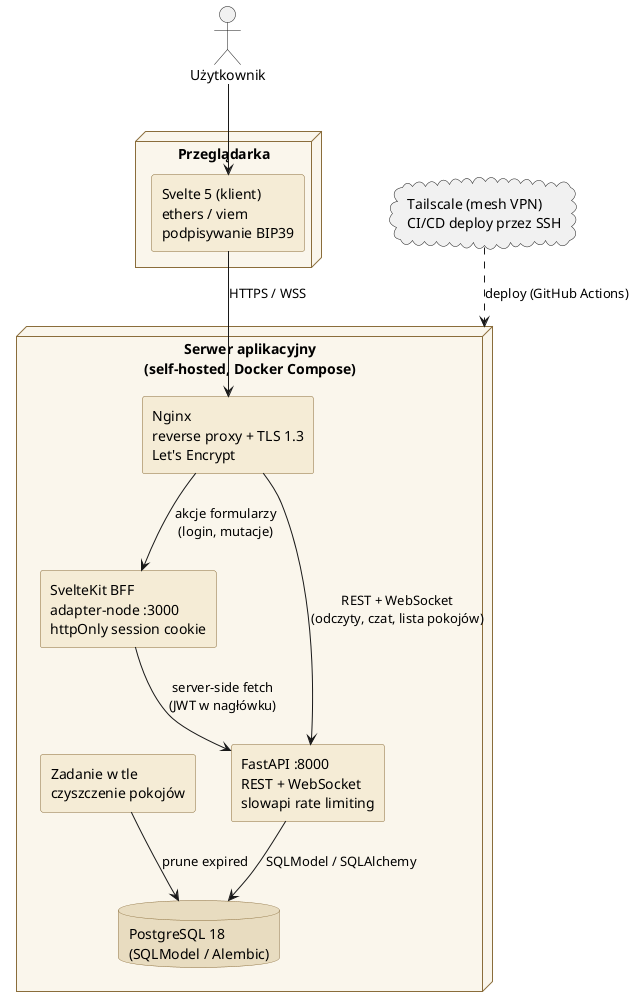
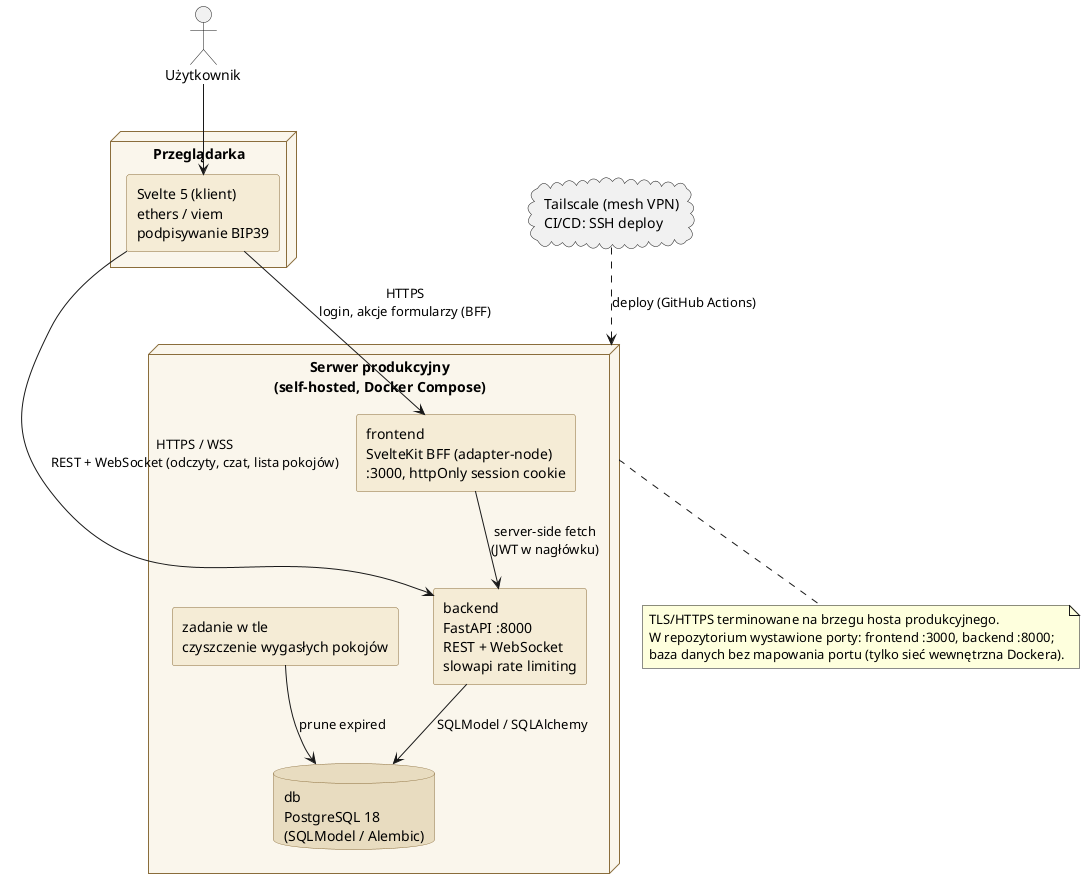
@startuml komponenty
- ' Diagram komponentów - PlayLink
+ ' Diagram komponentów - PlayLink (zgodny z docker-compose.yml: db, backend, frontend)
skinparam backgroundColor #FFFFFF
skinparam shadowing false
skinparam componentStyle rectangle
skinparam component {
  BackgroundColor #f5ecd6
  BorderColor #8a6d3b
}
skinparam database {
  BackgroundColor #e8dcc0
  BorderColor #8a6d3b
}
skinparam node {
  BackgroundColor #faf6ec
  BorderColor #8a6d3b
}

actor "Użytkownik" as user

node "Przeglądarka" as browser {
  component "Svelte 5 (klient)\nethers / viem\npodpisywanie BIP39" as spa
}

- node "Serwer aplikacyjny\n(self-hosted, Docker Compose)" as server {
-   component "Nginx\nreverse proxy + TLS 1.3\nLet's Encrypt" as nginx
-   component "SvelteKit BFF\nadapter-node :3000\nhttpOnly session cookie" as bff
-   component "FastAPI :8000\nREST + WebSocket\nslowapi rate limiting" as api
-   component "Zadanie w tle\nczyszczenie pokojów" as cleanup
-   database "PostgreSQL 18\n(SQLModel / Alembic)" as db
+ node "Serwer produkcyjny\n(self-hosted, Docker Compose)" as server {
+   component "frontend\nSvelteKit BFF (adapter-node)\n:3000, httpOnly session cookie" as bff
+   component "backend\nFastAPI :8000\nREST + WebSocket\nslowapi rate limiting" as api
+   component "zadanie w tle\nczyszczenie wygasłych pokojów" as cleanup
+   database "db\nPostgreSQL 18\n(SQLModel / Alembic)" as db
}

- cloud "Tailscale (mesh VPN)\nCI/CD deploy przez SSH" as tailscale
+ cloud "Tailscale (mesh VPN)\nCI/CD: SSH deploy" as tailscale

user --> spa
- spa --> nginx : HTTPS / WSS
- nginx --> bff : akcje formularzy\n(login, mutacje)
- nginx --> api : REST + WebSocket\n(odczyty, czat, lista pokojów)
+ spa --> bff : HTTPS\nlogin, akcje formularzy (BFF)
+ spa --> api : HTTPS / WSS\nREST + WebSocket (odczyty, czat, lista pokojów)
bff --> api : server-side fetch\n(JWT w nagłówku)
api --> db : SQLModel / SQLAlchemy
cleanup --> db : prune expired
tailscale ..> server : deploy (GitHub Actions)
+ 
+ note bottom of server
+   TLS/HTTPS terminowane na brzegu hosta produkcyjnego.
+   W repozytorium wystawione porty: frontend :3000, backend :8000;
+   baza danych bez mapowania portu (tylko sieć wewnętrzna Dockera).
+ end note
@enduml
